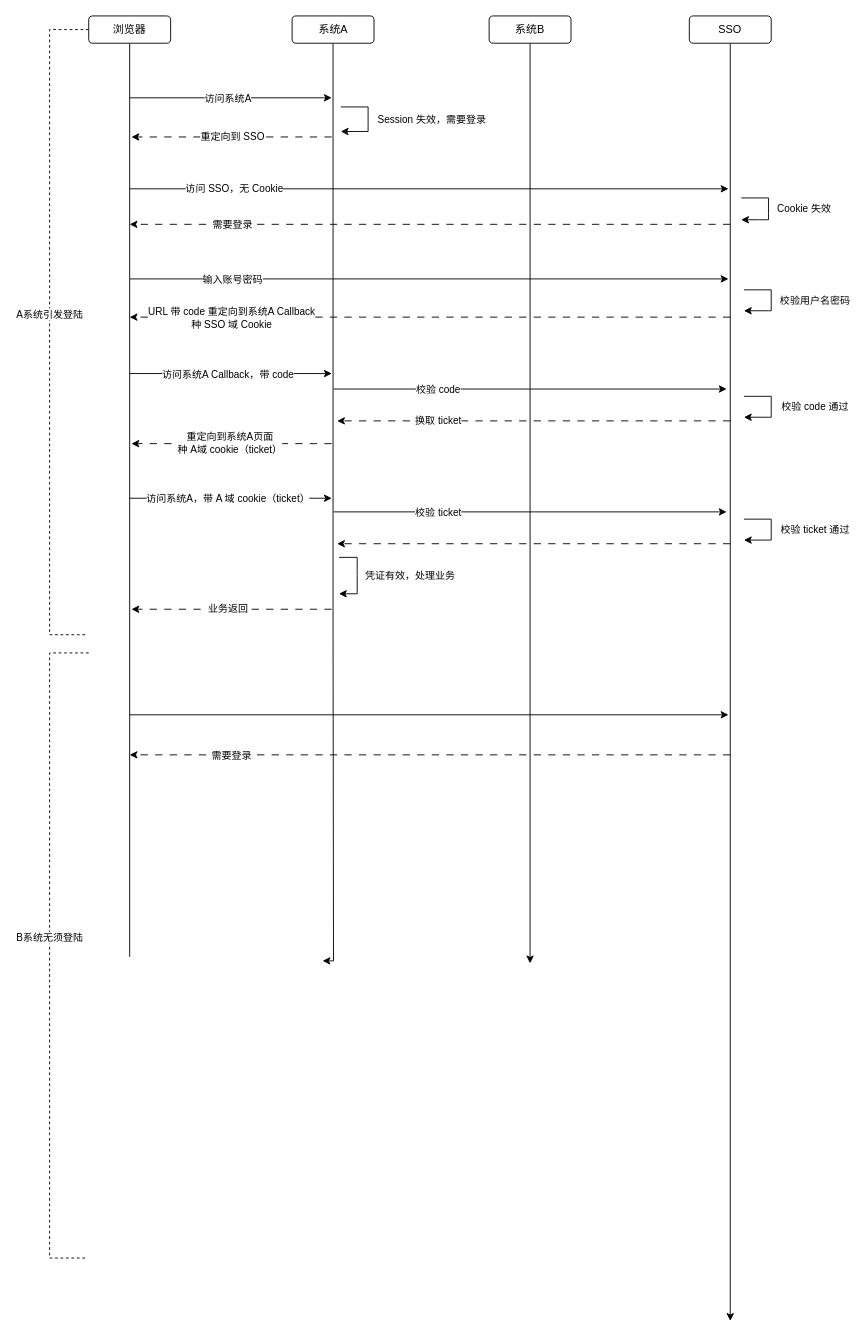
HaiHuangCHN/diagrams keeps this draw.io diagram as 面试必问：cookie、session、token、jwt、单点登录，都是怎么用的.drawio. Above is the earlier version. Source tidied: cells renumbered, new cells numbered last; positions are measured from the earlier drawing's top-left corner, leaving out a move shared by most shapes. Both pictures are drawn from the tidied source at 91%, with x=0, y=0 at pixel (49, 15).
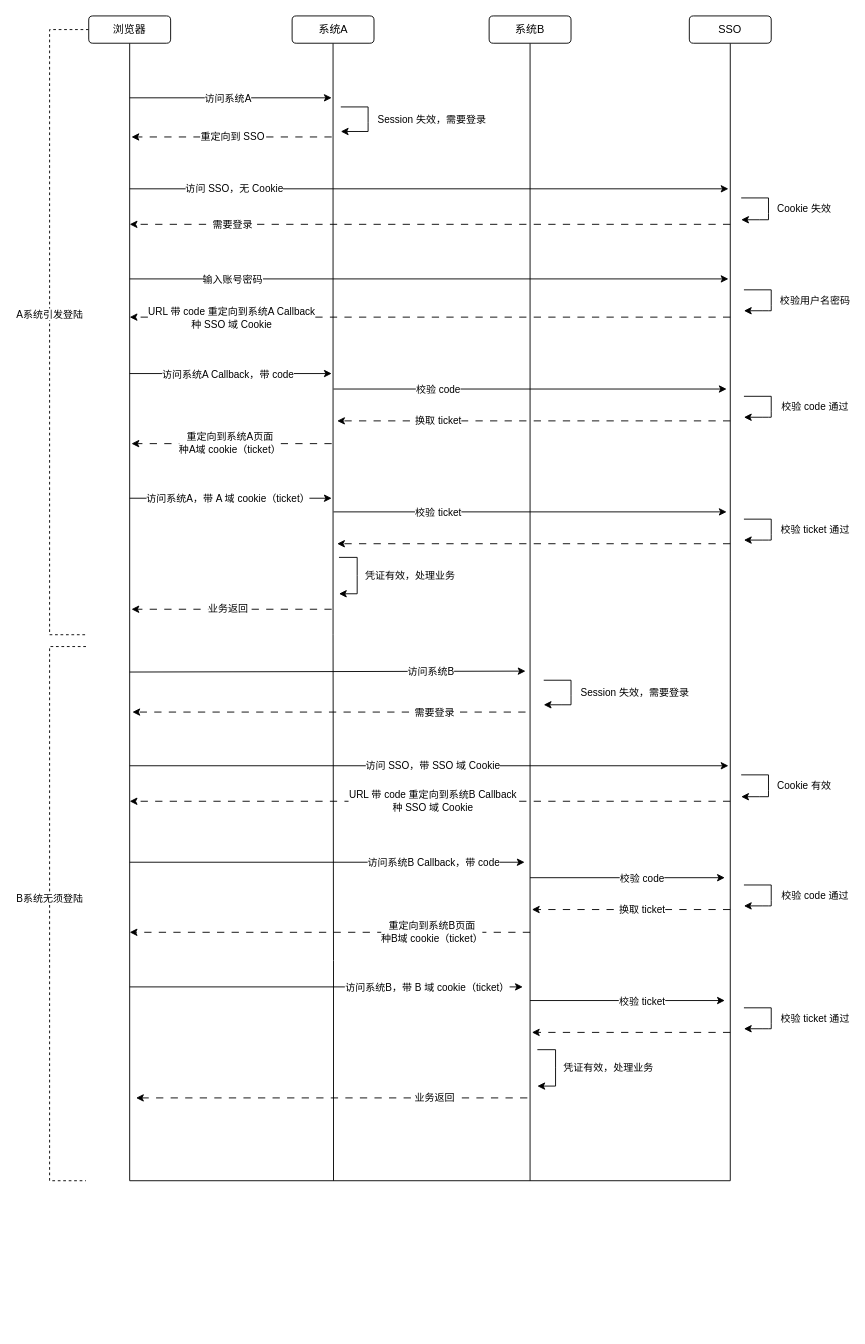
The same diagram, later.

Commit message:
更新面试必问：cookie、session、token、jwt、单点登录，都是怎么用的.drawio

Unchanged cells that the change refers to:
```xml
<mxCell id="5" value="浏览器" style="rounded=1;whiteSpace=wrap;html=1;" parent="1" vertex="1">
  <mxGeometry x="43" width="90" height="30" as="geometry" />
</mxCell>
<mxCell id="7" value="系统A" style="rounded=1;whiteSpace=wrap;html=1;" parent="1" vertex="1">
  <mxGeometry x="266.5" width="90" height="30" as="geometry" />
</mxCell>
<mxCell id="9" value="系统B" style="rounded=1;whiteSpace=wrap;html=1;" parent="1" vertex="1">
  <mxGeometry x="483" width="90" height="30" as="geometry" />
</mxCell>
<mxCell id="11" value="SSO" style="rounded=1;whiteSpace=wrap;html=1;" parent="1" vertex="1">
  <mxGeometry x="703" width="90" height="30" as="geometry" />
</mxCell>
<mxCell id="39" style="endArrow=classic;html=1;rounded=0;dashed=1;dashPattern=8 8;" parent="1" edge="1">
  <mxGeometry relative="1" as="geometry">
    <mxPoint x="310" y="470" as="sourcePoint" />
    <mxPoint x="90" y="470" as="targetPoint" />
  </mxGeometry>
</mxCell>
```

Change to the diagram source:
```diff
@@
     <mxCell id="2" style="edgeStyle=orthogonalEdgeStyle;rounded=0;jettySize=auto;html=1;exitX=0.5;exitY=1;exitDx=0;exitDy=0;endArrow=none;endFill=0;" parent="1" edge="1" source="5">
       <mxGeometry relative="1" as="geometry">
-        <mxPoint x="88" y="1034" as="targetPoint" />
+        <mxPoint x="88" y="1280" as="targetPoint" />
       </mxGeometry>
     </mxCell>
@@
-    <mxCell id="6" style="edgeStyle=orthogonalEdgeStyle;rounded=0;jettySize=auto;html=1;" parent="1" edge="1" source="7">
+    <mxCell id="6" style="edgeStyle=orthogonalEdgeStyle;rounded=0;jettySize=auto;html=1;endArrow=none;endFill=0;" parent="1" edge="1" source="7">
       <mxGeometry relative="1" as="geometry">
-        <mxPoint x="300" y="1038.4" as="targetPoint" />
+        <mxPoint x="312" y="1280" as="targetPoint" />
         <Array as="points">
           <mxPoint x="312" y="680" />
           <mxPoint x="312" y="680" />
           <mxPoint x="312" y="1038" />
         </Array>
       </mxGeometry>
     </mxCell>
@@
-    <mxCell id="8" style="edgeStyle=orthogonalEdgeStyle;rounded=0;jettySize=auto;html=1;" parent="1" edge="1" source="9">
+    <mxCell id="8" style="edgeStyle=orthogonalEdgeStyle;rounded=0;jettySize=auto;html=1;endArrow=none;endFill=0;" parent="1" edge="1" source="9">
       <mxGeometry relative="1" as="geometry">
-        <mxPoint x="528" y="1041.1" as="targetPoint" />
+        <mxPoint x="528" y="1280" as="targetPoint" />
       </mxGeometry>
     </mxCell>
@@
-    <mxCell id="10" style="edgeStyle=orthogonalEdgeStyle;rounded=0;jettySize=auto;html=1;" parent="1" edge="1" source="11">
+    <mxCell id="10" style="edgeStyle=orthogonalEdgeStyle;rounded=0;jettySize=auto;html=1;endArrow=none;endFill=0;" parent="1" edge="1" source="11">
       <mxGeometry relative="1" as="geometry">
-        <mxPoint x="748" y="1434" as="targetPoint" />
+        <mxPoint x="748" y="1280" as="targetPoint" />
       </mxGeometry>
     </mxCell>
@@
     <mxCell id="30" style="endArrow=classic;html=1;rounded=0;" parent="1" edge="1">
       <mxGeometry relative="1" as="geometry">
-        <mxPoint x="88" y="768" as="sourcePoint" />
-        <mxPoint x="746" y="768" as="targetPoint" />
+        <mxPoint x="88" y="721" as="sourcePoint" />
+        <mxPoint x="523" y="720" as="targetPoint" />
       </mxGeometry>
     </mxCell>
+    <mxCell id="56" value="访问系统B" style="edgeLabel;html=1;align=center;verticalAlign=middle;" parent="30" vertex="1">
+      <mxGeometry x="-0.52" relative="1" as="geometry">
+        <mxPoint x="227" as="offset" />
+      </mxGeometry>
+    </mxCell>
     <mxCell id="31" style="endArrow=classic;html=1;rounded=0;dashed=1;dashPattern=8 8;" parent="1" edge="1">
       <mxGeometry relative="1" as="geometry">
-        <mxPoint x="748" y="812" as="sourcePoint" />
-        <mxPoint x="88" y="812" as="targetPoint" />
+        <mxPoint x="523" y="765" as="sourcePoint" />
+        <mxPoint x="91" y="765" as="targetPoint" />
       </mxGeometry>
     </mxCell>
     <mxCell id="32" value="需要登录" style="edgeLabel;html=1;align=center;verticalAlign=middle;" parent="31" vertex="1">
       <mxGeometry x="-0.32" y="-1" relative="1" as="geometry">
-        <mxPoint x="-325" y="1" as="offset" />
+        <mxPoint x="46" y="1" as="offset" />
       </mxGeometry>
     </mxCell>
@@
-    <mxCell id="40" value="重定向到系统A页面&lt;div&gt;种 A域 cookie（ticket）&lt;/div&gt;" style="edgeLabel;html=1;align=center;verticalAlign=middle;" parent="39" vertex="1">
+    <mxCell id="40" value="重定向到系统A页面&lt;div&gt;种A域 cookie（ticket）&lt;/div&gt;" style="edgeLabel;html=1;align=center;verticalAlign=middle;" parent="39" vertex="1">
       <mxGeometry x="-0.32" y="-1" relative="1" as="geometry">
         <mxPoint x="-38" as="offset" />
       </mxGeometry>
     </mxCell>
@@
     <mxCell id="54" style="edgeStyle=orthogonalEdgeStyle;rounded=0;orthogonalLoop=1;jettySize=auto;html=1;strokeColor=default;dashed=1;startArrow=none;startFill=0;endArrow=none;endFill=0;" parent="1" edge="1">
       <mxGeometry relative="1" as="geometry">
-        <mxPoint x="43" y="700" as="sourcePoint" />
-        <mxPoint x="40" y="1365" as="targetPoint" />
+        <mxPoint x="40" y="693" as="sourcePoint" />
+        <mxPoint x="40" y="1280" as="targetPoint" />
         <Array as="points">
-          <mxPoint y="700" />
-          <mxPoint y="1365" />
+          <mxPoint y="693" />
+          <mxPoint y="1280" />
         </Array>
       </mxGeometry>
     </mxCell>
@@
+    <mxCell id="57" style="endArrow=classic;html=1;rounded=0;" parent="1" edge="1">
+      <mxGeometry relative="1" as="geometry">
+        <mxPoint x="543" y="730" as="sourcePoint" />
+        <mxPoint x="543" y="757" as="targetPoint" />
+        <Array as="points">
+          <mxPoint x="573" y="730" />
+          <mxPoint x="573" y="747" />
+          <mxPoint x="573" y="757" />
+          <mxPoint x="563" y="757" />
+        </Array>
+      </mxGeometry>
+    </mxCell>
+    <mxCell id="58" value="Session 失效，需要登录" style="edgeLabel;html=1;align=center;verticalAlign=middle;" parent="57" vertex="1">
+      <mxGeometry x="-0.02" y="-1" relative="1" as="geometry">
+        <mxPoint x="70" as="offset" />
+      </mxGeometry>
+    </mxCell>
+    <mxCell id="59" style="endArrow=classic;html=1;rounded=0;" parent="1" edge="1">
+      <mxGeometry relative="1" as="geometry">
+        <mxPoint x="88" y="824" as="sourcePoint" />
+        <mxPoint x="746" y="824" as="targetPoint" />
+      </mxGeometry>
+    </mxCell>
+    <mxCell id="60" value="访问 SSO，带 SSO 域 Cookie" style="edgeLabel;html=1;align=center;verticalAlign=middle;" parent="59" vertex="1">
+      <mxGeometry x="-0.32" y="-1" relative="1" as="geometry">
+        <mxPoint x="108" y="-2" as="offset" />
+      </mxGeometry>
+    </mxCell>
+    <mxCell id="61" style="endArrow=classic;html=1;rounded=0;" parent="1" edge="1">
+      <mxGeometry relative="1" as="geometry">
+        <mxPoint x="760" y="834" as="sourcePoint" />
+        <mxPoint x="760" y="858" as="targetPoint" />
+        <Array as="points">
+          <mxPoint x="790" y="834" />
+          <mxPoint x="790" y="851" />
+          <mxPoint x="790" y="858" />
+          <mxPoint x="780" y="858" />
+        </Array>
+      </mxGeometry>
+    </mxCell>
+    <mxCell id="62" value="Cookie 有效" style="edgeLabel;html=1;align=center;verticalAlign=middle;" parent="61" vertex="1">
+      <mxGeometry x="-0.02" y="-1" relative="1" as="geometry">
+        <mxPoint x="39" as="offset" />
+      </mxGeometry>
+    </mxCell>
+    <mxCell id="63" style="endArrow=classic;html=1;rounded=0;dashed=1;dashPattern=8 8;" parent="1" edge="1">
+      <mxGeometry relative="1" as="geometry">
+        <mxPoint x="748" y="863" as="sourcePoint" />
+        <mxPoint x="88" y="863" as="targetPoint" />
+      </mxGeometry>
+    </mxCell>
+    <mxCell id="64" value="URL 带 code 重定向到系统B Callback&lt;div&gt;种 SSO 域 Cookie&lt;/div&gt;" style="edgeLabel;html=1;align=center;verticalAlign=middle;" parent="63" vertex="1">
+      <mxGeometry x="-0.32" y="-1" relative="1" as="geometry">
+        <mxPoint x="-104" as="offset" />
+      </mxGeometry>
+    </mxCell>
+    <mxCell id="65" style="endArrow=classic;html=1;rounded=0;" parent="1" edge="1">
+      <mxGeometry relative="1" as="geometry">
+        <mxPoint x="88" y="930" as="sourcePoint" />
+        <mxPoint x="522" y="930" as="targetPoint" />
+      </mxGeometry>
+    </mxCell>
+    <mxCell id="66" value="访问系统B Callback，带 code" style="edgeLabel;html=1;align=center;verticalAlign=middle;" parent="65" vertex="1">
+      <mxGeometry x="-0.32" y="-1" relative="1" as="geometry">
+        <mxPoint x="185" y="-1" as="offset" />
+      </mxGeometry>
+    </mxCell>
+    <mxCell id="67" style="endArrow=classic;html=1;rounded=0;" parent="1" edge="1">
+      <mxGeometry relative="1" as="geometry">
+        <mxPoint x="528" y="947" as="sourcePoint" />
+        <mxPoint x="742" y="947" as="targetPoint" />
+      </mxGeometry>
+    </mxCell>
+    <mxCell id="68" value="校验 code" style="edgeLabel;html=1;align=center;verticalAlign=middle;" parent="67" vertex="1">
+      <mxGeometry x="-0.32" y="-1" relative="1" as="geometry">
+        <mxPoint x="49" y="-1" as="offset" />
+      </mxGeometry>
+    </mxCell>
+    <mxCell id="69" style="endArrow=classic;html=1;rounded=0;dashed=1;dashPattern=8 8;" parent="1" edge="1">
+      <mxGeometry relative="1" as="geometry">
+        <mxPoint x="748" y="982" as="sourcePoint" />
+        <mxPoint x="530" y="982" as="targetPoint" />
+      </mxGeometry>
+    </mxCell>
+    <mxCell id="70" value="换取 ticket" style="edgeLabel;html=1;align=center;verticalAlign=middle;" parent="69" vertex="1">
+      <mxGeometry x="-0.32" y="-1" relative="1" as="geometry">
+        <mxPoint x="-24" as="offset" />
+      </mxGeometry>
+    </mxCell>
+    <mxCell id="71" style="endArrow=classic;html=1;rounded=0;dashed=1;dashPattern=8 8;" parent="1" edge="1">
+      <mxGeometry relative="1" as="geometry">
+        <mxPoint x="528" y="1007" as="sourcePoint" />
+        <mxPoint x="88" y="1007" as="targetPoint" />
+      </mxGeometry>
+    </mxCell>
+    <mxCell id="72" value="重定向到系统B页面&lt;div&gt;&lt;span style=&quot;background-color: light-dark(#ffffff, var(--ge-dark-color, #121212)); color: light-dark(rgb(0, 0, 0), rgb(255, 255, 255));&quot;&gt;种B域 cookie（ticket）&lt;/span&gt;&lt;/div&gt;" style="edgeLabel;html=1;align=center;verticalAlign=middle;" parent="71" vertex="1">
+      <mxGeometry x="-0.32" y="-1" relative="1" as="geometry">
+        <mxPoint x="41" as="offset" />
+      </mxGeometry>
+    </mxCell>
+    <mxCell id="73" style="endArrow=classic;html=1;rounded=0;" parent="1" edge="1">
+      <mxGeometry relative="1" as="geometry">
+        <mxPoint x="763" y="955" as="sourcePoint" />
+        <mxPoint x="763" y="978" as="targetPoint" />
+        <Array as="points">
+          <mxPoint x="793" y="955" />
+          <mxPoint x="793" y="972" />
+          <mxPoint x="793" y="978" />
+          <mxPoint x="790" y="978" />
+          <mxPoint x="783" y="978" />
+        </Array>
+      </mxGeometry>
+    </mxCell>
+    <mxCell id="74" value="校验 code 通过" style="edgeLabel;html=1;align=center;verticalAlign=middle;" parent="73" vertex="1">
+      <mxGeometry x="-0.02" y="-1" relative="1" as="geometry">
+        <mxPoint x="48" as="offset" />
+      </mxGeometry>
+    </mxCell>
+    <mxCell id="75" style="endArrow=classic;html=1;rounded=0;" parent="1" edge="1">
+      <mxGeometry relative="1" as="geometry">
+        <mxPoint x="88" y="1067" as="sourcePoint" />
+        <mxPoint x="520" y="1067" as="targetPoint" />
+      </mxGeometry>
+    </mxCell>
+    <mxCell id="76" value="访问系统B，带 B 域 cookie（ticket）" style="edgeLabel;html=1;align=center;verticalAlign=middle;" parent="75" vertex="1">
+      <mxGeometry x="-0.32" y="-1" relative="1" as="geometry">
+        <mxPoint x="179" y="-1" as="offset" />
+      </mxGeometry>
+    </mxCell>
+    <mxCell id="77" style="endArrow=classic;html=1;rounded=0;" parent="1" edge="1">
+      <mxGeometry relative="1" as="geometry">
+        <mxPoint x="528" y="1082" as="sourcePoint" />
+        <mxPoint x="742" y="1082" as="targetPoint" />
+      </mxGeometry>
+    </mxCell>
+    <mxCell id="78" value="校验 ticket" style="edgeLabel;html=1;align=center;verticalAlign=middle;" parent="77" vertex="1">
+      <mxGeometry x="-0.32" y="-1" relative="1" as="geometry">
+        <mxPoint x="49" y="-1" as="offset" />
+      </mxGeometry>
+    </mxCell>
+    <mxCell id="79" style="endArrow=classic;html=1;rounded=0;dashed=1;dashPattern=8 8;" parent="1" edge="1">
+      <mxGeometry relative="1" as="geometry">
+        <mxPoint x="748" y="1117" as="sourcePoint" />
+        <mxPoint x="530" y="1117" as="targetPoint" />
+      </mxGeometry>
+    </mxCell>
+    <mxCell id="80" style="endArrow=classic;html=1;rounded=0;" parent="1" edge="1">
+      <mxGeometry relative="1" as="geometry">
+        <mxPoint x="763" y="1090" as="sourcePoint" />
+        <mxPoint x="763" y="1113" as="targetPoint" />
+        <Array as="points">
+          <mxPoint x="793" y="1090" />
+          <mxPoint x="793" y="1107" />
+          <mxPoint x="793" y="1113" />
+          <mxPoint x="790" y="1113" />
+          <mxPoint x="783" y="1113" />
+        </Array>
+      </mxGeometry>
+    </mxCell>
+    <mxCell id="81" value="校验 ticket 通过" style="edgeLabel;html=1;align=center;verticalAlign=middle;" parent="80" vertex="1">
+      <mxGeometry x="-0.02" y="-1" relative="1" as="geometry">
+        <mxPoint x="48" as="offset" />
+      </mxGeometry>
+    </mxCell>
+    <mxCell id="82" style="endArrow=classic;html=1;rounded=0;" parent="1" edge="1">
+      <mxGeometry relative="1" as="geometry">
+        <mxPoint x="536" y="1136" as="sourcePoint" />
+        <mxPoint x="536" y="1176" as="targetPoint" />
+        <Array as="points">
+          <mxPoint x="556" y="1136" />
+          <mxPoint x="556" y="1156" />
+          <mxPoint x="556" y="1176" />
+        </Array>
+      </mxGeometry>
+    </mxCell>
+    <mxCell id="83" value="凭证有效，处理业务" style="edgeLabel;html=1;align=center;verticalAlign=middle;" parent="82" vertex="1">
+      <mxGeometry x="-0.02" y="-1" relative="1" as="geometry">
+        <mxPoint x="58" as="offset" />
+      </mxGeometry>
+    </mxCell>
+    <mxCell id="84" style="endArrow=classic;html=1;rounded=0;dashed=1;dashPattern=8 8;" parent="1" edge="1">
+      <mxGeometry relative="1" as="geometry">
+        <mxPoint x="525" y="1189" as="sourcePoint" />
+        <mxPoint x="95" y="1189" as="targetPoint" />
+      </mxGeometry>
+    </mxCell>
+    <mxCell id="85" value="业务返回" style="edgeLabel;html=1;align=center;verticalAlign=middle;" parent="84" vertex="1">
+      <mxGeometry x="-0.32" y="-1" relative="1" as="geometry">
+        <mxPoint x="43" as="offset" />
+      </mxGeometry>
+    </mxCell>
+    <mxCell id="86" style="endArrow=none;html=1;rounded=0;" parent="1" edge="1">
+      <mxGeometry relative="1" as="geometry">
+        <mxPoint x="88" y="1280" as="sourcePoint" />
+        <mxPoint x="748" y="1280" as="targetPoint" />
+      </mxGeometry>
+    </mxCell>
```
